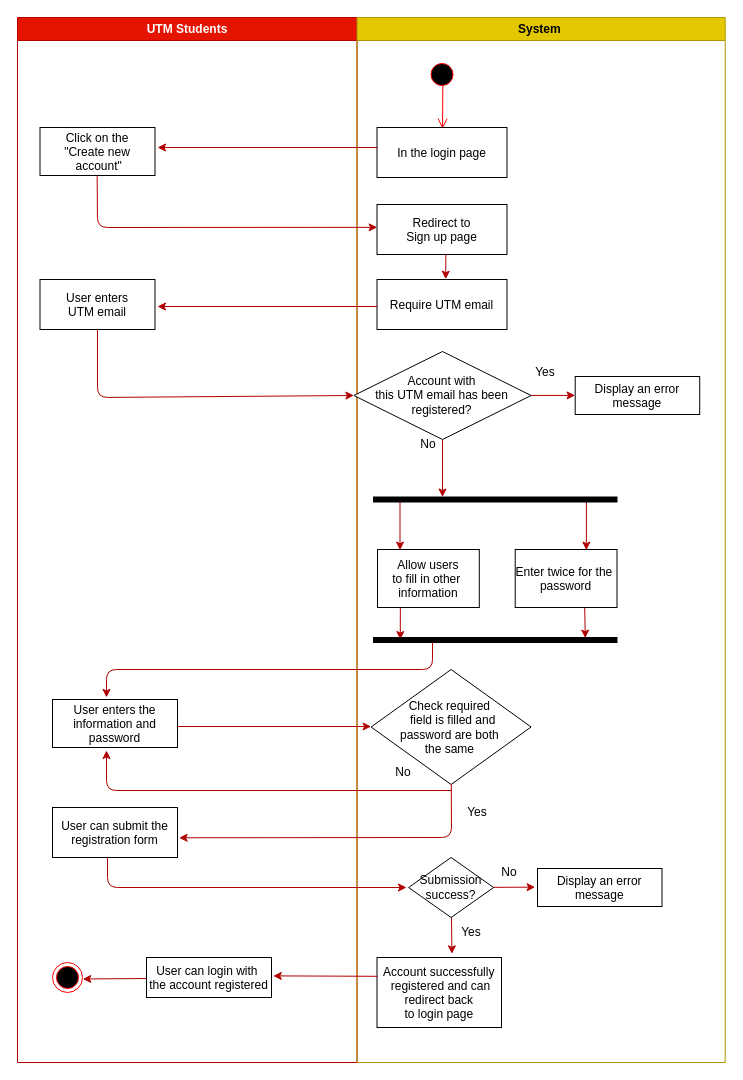
Before: page "UC001activity" (7 of 10) of project/drawio/Curiousity/UML.drawio in drshahizan/software-engineering, a draw.io diagram. Source tidied: cells renumbered, new cells numbered last; positions are measured from the earlier drawing's top-left corner, leaving out a move shared by most shapes. Both pictures are drawn from the tidied source at 100%, with x=0, y=0 at pixel (17, 17).
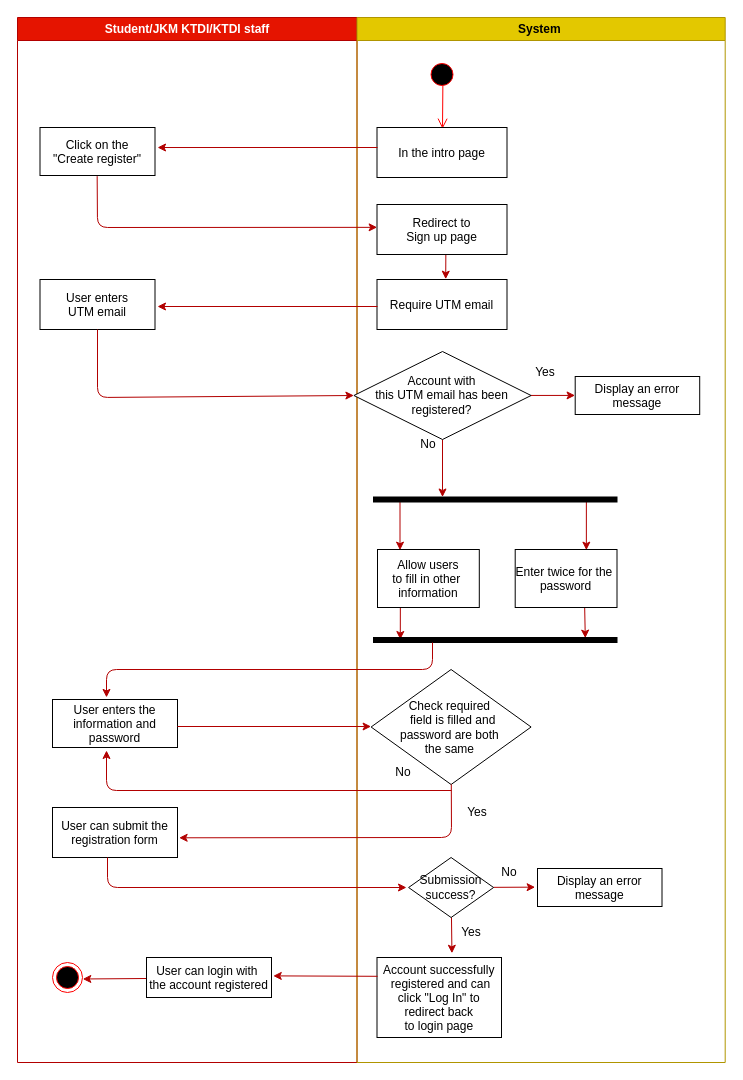
After the change.

The change refers to these unchanged cells:
```xml
<mxCell id="10" value="System " style="swimlane;whiteSpace=wrap;fillColor=#e3c800;fontColor=#000000;strokeColor=#B09500;startSize=23;" parent="1" vertex="1">
  <mxGeometry x="339.5" width="368.2" height="1045" as="geometry" />
</mxCell>
```

Change to the diagram source:
```diff
@@
-    <mxCell id="2" value="UTM Students" style="swimlane;whiteSpace=wrap;fillColor=#e51400;fontColor=#ffffff;strokeColor=#B20000;startSize=23;" parent="1" vertex="1">
+    <mxCell id="2" value="Student/JKM KTDI/KTDI staff" style="swimlane;whiteSpace=wrap;fillColor=#e51400;fontColor=#ffffff;strokeColor=#B20000;startSize=23;" parent="1" vertex="1">
       <mxGeometry width="339.5" height="1045" as="geometry" />
     </mxCell>
-    <mxCell id="3" value="Click on the &#10;&quot;Create new&#10; account&quot;" parent="2" vertex="1">
+    <mxCell id="3" value="Click on the &#10;&quot;Create register&quot;" parent="2" vertex="1">
       <mxGeometry x="22.5" y="110" width="115" height="48" as="geometry" />
     </mxCell>
@@
-    <mxCell id="12" value="In the login page" parent="10" vertex="1">
+    <mxCell id="12" value="In the intro page" parent="10" vertex="1">
       <mxGeometry x="20" y="110" width="130" height="50" as="geometry" />
     </mxCell>
@@
-    <mxCell id="40" value="Account successfully&#10; registered and can &#10;redirect back &#10;to login page" parent="10" vertex="1">
-      <mxGeometry x="20" y="940" width="124.5" height="70" as="geometry" />
+    <mxCell id="40" value="Account successfully&#10; registered and can &#10;click &quot;Log In&quot; to &#10;redirect back &#10;to login page" parent="10" vertex="1">
+      <mxGeometry x="20" y="940" width="124.5" height="80" as="geometry" />
     </mxCell>
```
